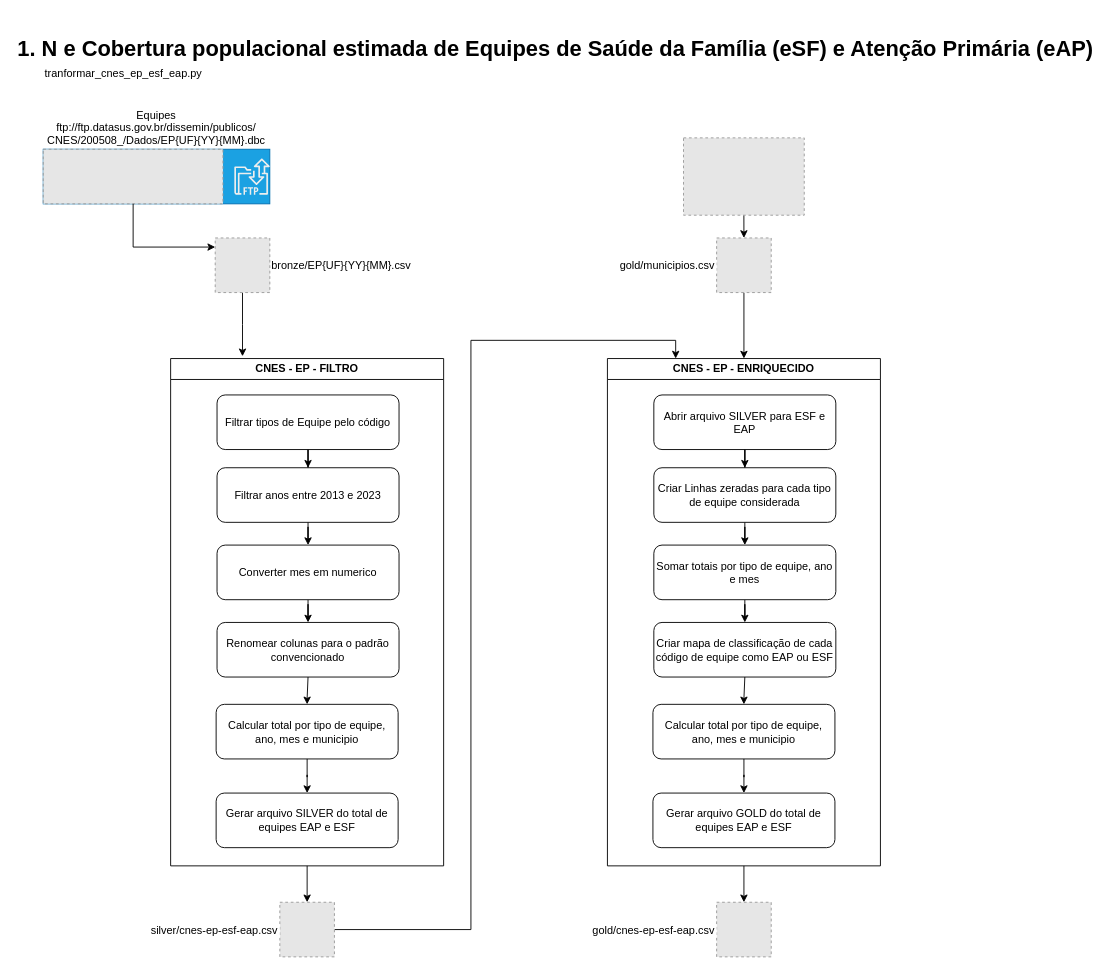
This is page "ficha #01" (6 of 21) of docs/datasus-etl-diagrama.drawio from GleytonLima/datasus-etl, a draw.io file, before an edit. Source tidied: cells renumbered, new cells numbered last; positions are measured from the earlier drawing's top-left corner, leaving out a move shared by most shapes. Both pictures are drawn from the tidied source at 91%, with x=0, y=0 at pixel (15, 15). Pictures stored in the file or linked from it are replaced by grey dashed boxes.
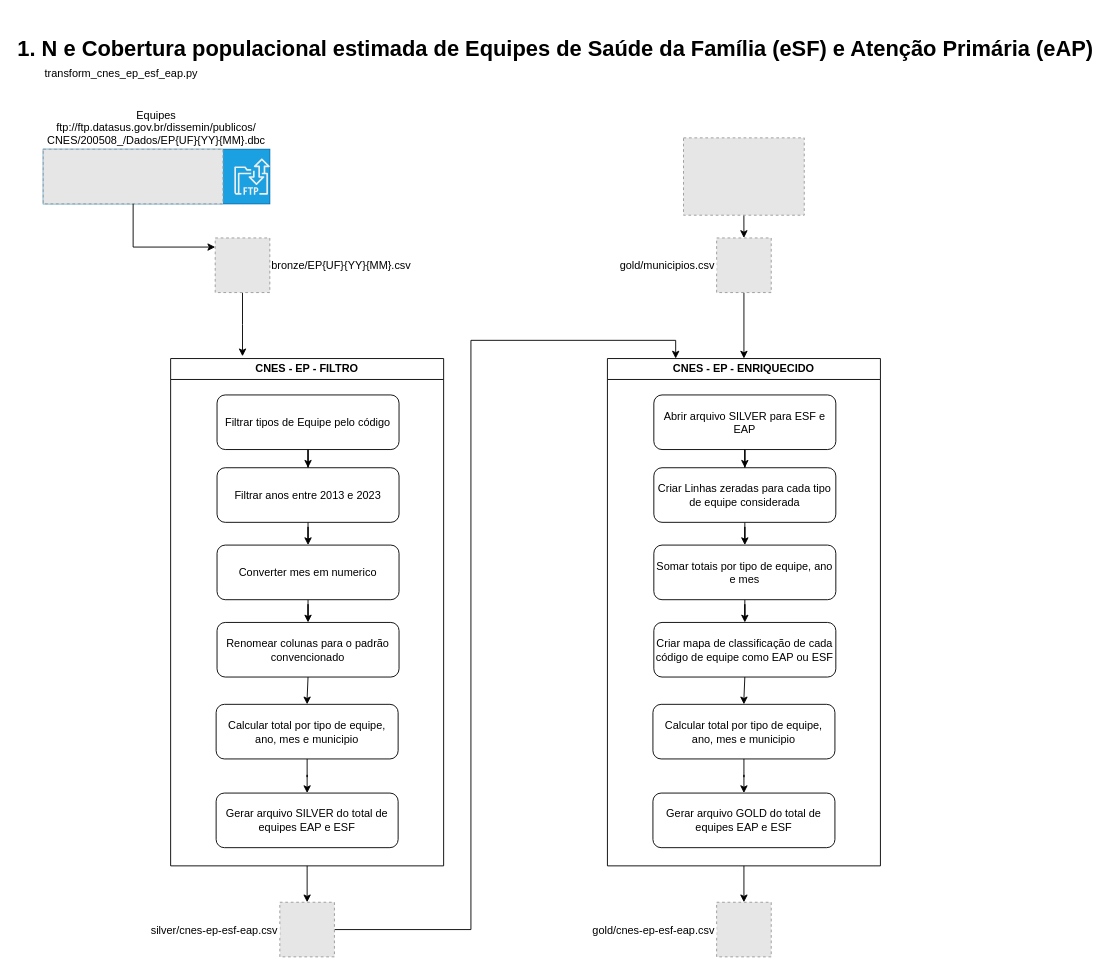
The same page after the edit.

Diff of the diagram source:
```diff
@@
-    <mxCell id="42" value="tranformar_cnes_ep_esf_eap.py" style="text;whiteSpace=wrap;html=1;fontColor=#000000;" parent="1" vertex="1">
+    <mxCell id="42" value="transform_cnes_ep_esf_eap.py" style="text;whiteSpace=wrap;html=1;fontColor=#000000;" parent="1" vertex="1">
       <mxGeometry x="30" y="50" width="210" height="40" as="geometry" />
     </mxCell>
```
